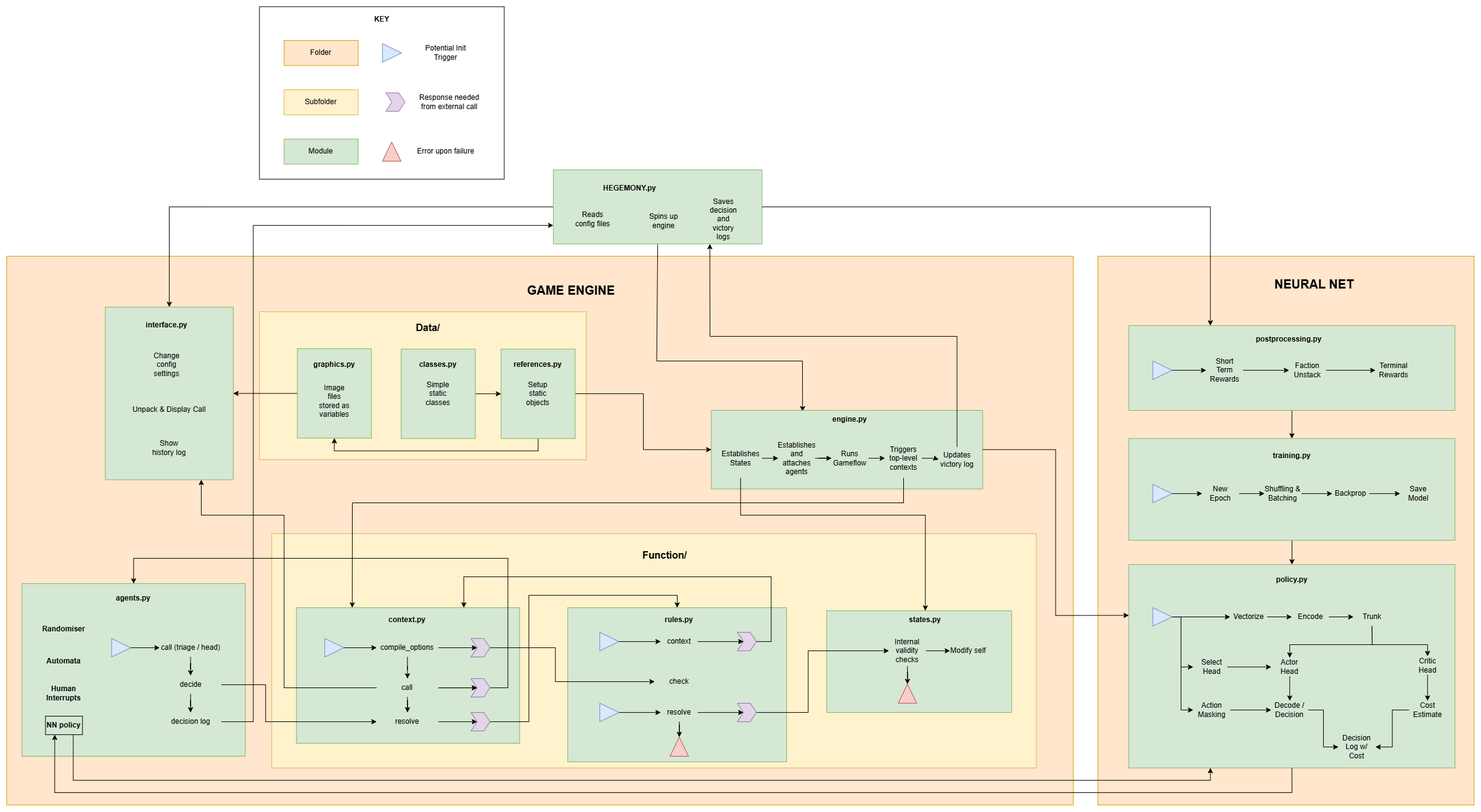
Earlier version of the draw.io export images/Hegemony - Full Architecture.png (Ash-ash-in/Hegemony). Source tidied: cells renumbered, new cells last; positions are measured from the earlier drawing's top-left corner, leaving out a move shared by most shapes.
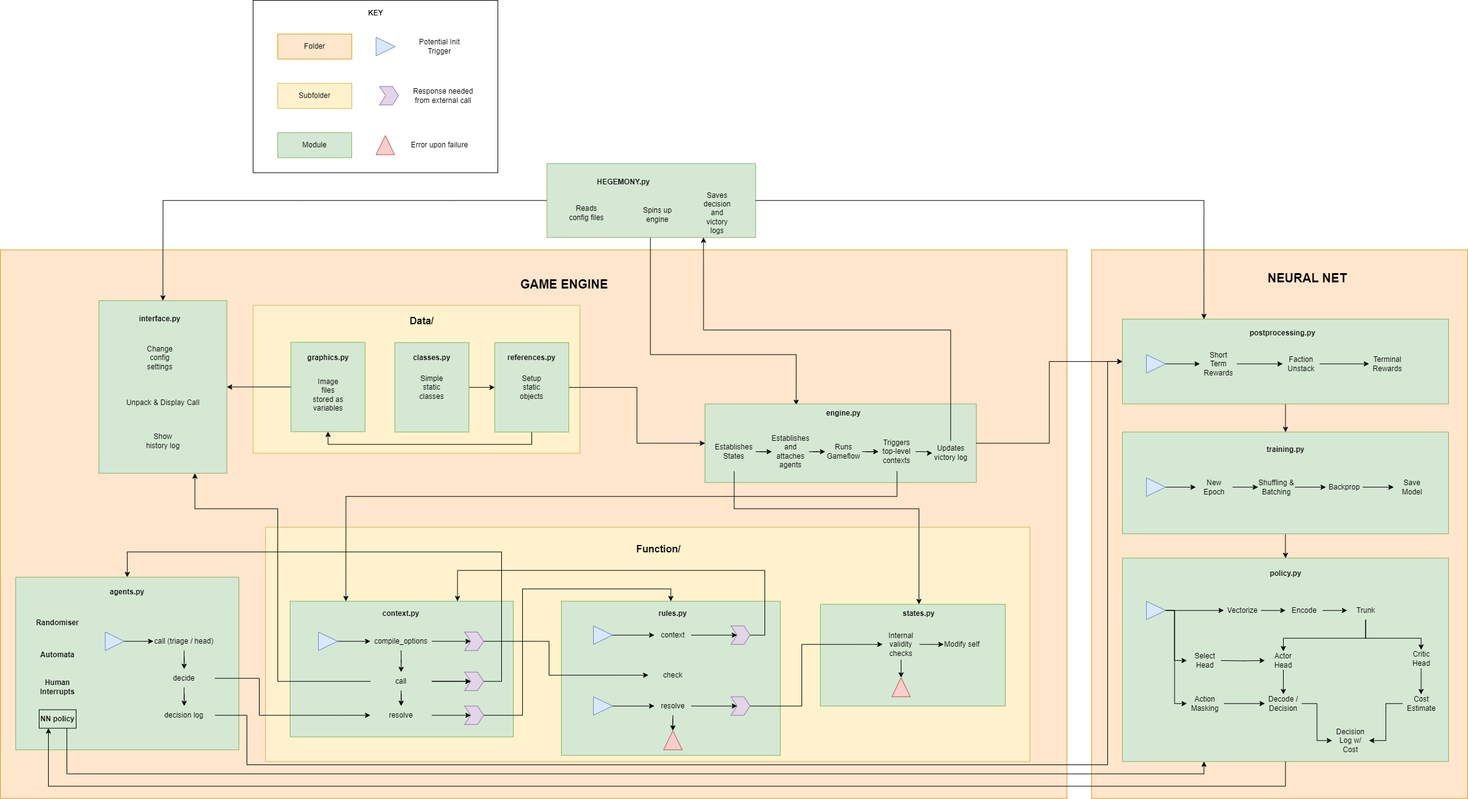
Above is the later version.

What changed in the source:
```diff
@@ -364,11 +364,13 @@
     <mxCell id="102" style="edgeStyle=orthogonalEdgeStyle;rounded=0;jettySize=auto;html=1;entryX=0.25;entryY=0;entryDx=0;entryDy=0;" parent="1" edge="1" source="7" target="100">
       <mxGeometry relative="1" as="geometry" />
     </mxCell>
-    <mxCell id="103" style="edgeStyle=orthogonalEdgeStyle;rounded=0;jettySize=auto;html=1;entryX=0;entryY=0.75;entryDx=0;entryDy=0;exitX=1;exitY=0.5;exitDx=0;exitDy=0;" parent="1" edge="1" source="90" target="7">
+    <mxCell id="103" style="edgeStyle=orthogonalEdgeStyle;rounded=0;jettySize=auto;html=1;entryX=0;entryY=0.5;entryDx=0;entryDy=0;exitX=1;exitY=0.5;exitDx=0;exitDy=0;" parent="1" edge="1" source="90" target="100">
       <mxGeometry relative="1" as="geometry">
         <Array as="points">
-          <mxPoint x="400" y="1159.7" />
-          <mxPoint x="400" y="354.7" />
+          <mxPoint x="400" y="1160" />
+          <mxPoint x="400" y="1240" />
+          <mxPoint x="1796" y="1240" />
+          <mxPoint x="1796" y="586" />
         </Array>
       </mxGeometry>
     </mxCell>
@@ -599,14 +601,14 @@
         </Array>
       </mxGeometry>
     </mxCell>
-    <mxCell id="169" style="edgeStyle=orthogonalEdgeStyle;rounded=0;jettySize=auto;html=1;entryX=0;entryY=0.25;entryDx=0;entryDy=0;" parent="1" edge="1" source="8" target="143">
-      <mxGeometry relative="1" as="geometry" />
-    </mxCell>
     <mxCell id="170" style="edgeStyle=orthogonalEdgeStyle;rounded=0;jettySize=auto;html=1;entryX=0;entryY=0.5;entryDx=0;entryDy=0;" parent="1" edge="1" source="171" target="164">
       <mxGeometry relative="1" as="geometry" />
     </mxCell>
     <mxCell id="171" value="Action Masking" style="text;html=1;whiteSpace=wrap;strokeColor=none;fillColor=none;align=center;verticalAlign=middle;rounded=0;" parent="1" vertex="1">
       <mxGeometry x="1924.5" y="1125.7" width="60" height="30" as="geometry" />
     </mxCell>
+    <mxCell id="172" style="edgeStyle=orthogonalEdgeStyle;rounded=0;jettySize=auto;html=1;entryX=0;entryY=0.5;entryDx=0;entryDy=0;" parent="1" edge="1" source="8" target="100">
+      <mxGeometry relative="1" as="geometry" />
+    </mxCell>
   </root>
 </mxGraphModel>
```
